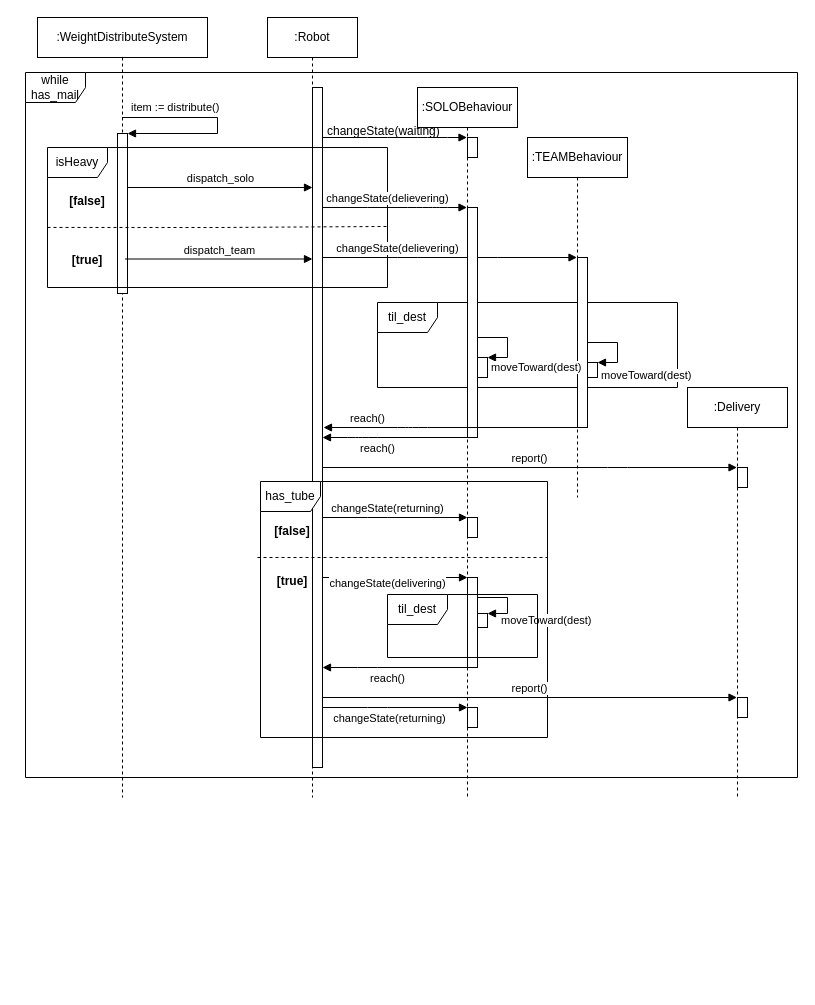
Before: Sequence_diagram.drawio in PuKaiShen/SWEN30006, a draw.io diagram. Source tidied: cells renumbered, new cells numbered last; positions are measured from the earlier drawing's top-left corner, leaving out a move shared by most shapes. Both pictures are drawn from the tidied source at 100%, with x=0, y=0 at pixel (25, 17).
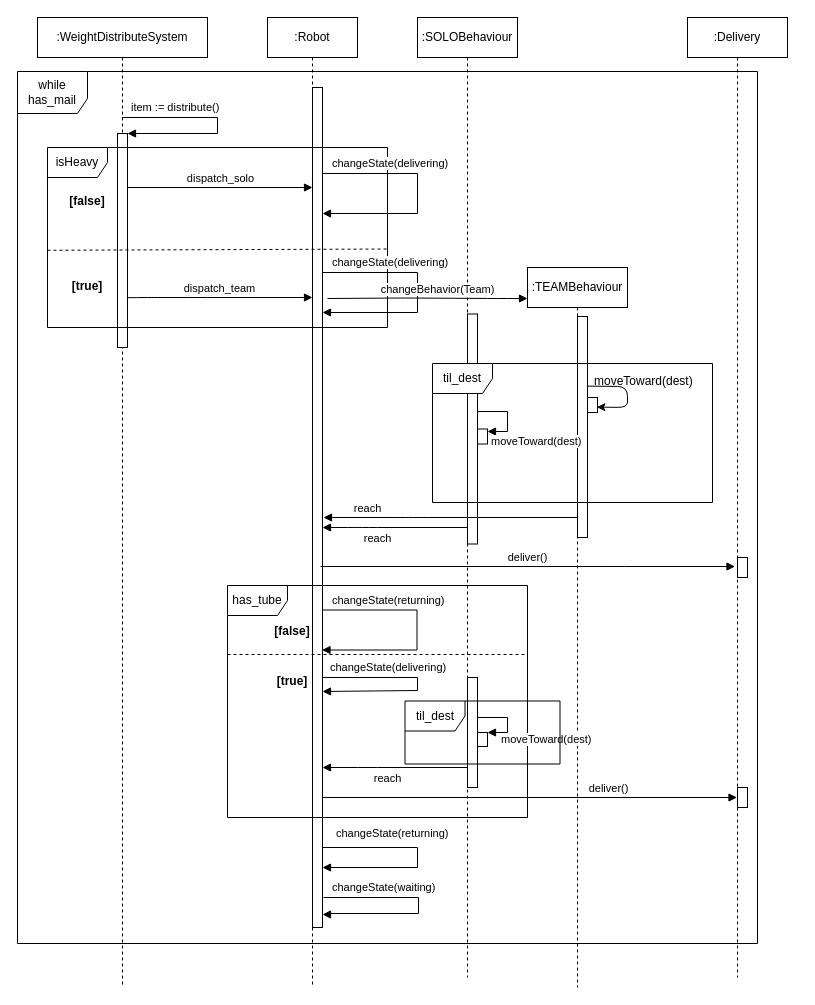
Above is the later version.

Diff of the diagram source:
```diff
@@
     <mxCell id="2" value=":WeightDistributeSystem" style="shape=umlLifeline;perimeter=lifelinePerimeter;whiteSpace=wrap;html=1;outlineConnect=0;" parent="1" vertex="1">
-      <mxGeometry x="12" width="170" height="780" as="geometry" />
+      <mxGeometry x="12" width="170" height="970" as="geometry" />
     </mxCell>
     <mxCell id="3" style="html=1;points=[];perimeter=orthogonalPerimeter;" parent="2" vertex="1">
-      <mxGeometry x="80" y="116" width="10" height="160" as="geometry" />
+      <mxGeometry x="80" y="116" width="10" height="214" as="geometry" />
     </mxCell>
@@
     <mxCell id="5" value=":Robot" style="shape=umlLifeline;perimeter=lifelinePerimeter;whiteSpace=wrap;html=1;" parent="1" vertex="1">
-      <mxGeometry x="242" width="90" height="780" as="geometry" />
+      <mxGeometry x="242" width="90" height="970" as="geometry" />
     </mxCell>
     <mxCell id="6" style="html=1;points=[];perimeter=orthogonalPerimeter;" parent="5" vertex="1">
-      <mxGeometry x="45" y="70" width="10" height="680" as="geometry" />
+      <mxGeometry x="45" y="70" width="10" height="840" as="geometry" />
     </mxCell>
-    <mxCell id="7" value="til_dest" style="shape=umlFrame;whiteSpace=wrap;html=1;" parent="5" vertex="1">
-      <mxGeometry x="110" y="285" width="300" height="85" as="geometry" />
-    </mxCell>
+    <mxCell id="49" style="html=1;perimeter=orthogonalPerimeter;" parent="5" vertex="1">
+      <mxGeometry x="210" y="411.5" width="10" height="15" as="geometry" />
+    </mxCell>
     <mxCell id="8" value="isHeavy" style="shape=umlFrame;whiteSpace=wrap;html=1;" parent="1" vertex="1">
-      <mxGeometry x="22" y="130" width="340" height="140" as="geometry" />
+      <mxGeometry x="22" y="130" width="340" height="180" as="geometry" />
     </mxCell>
     <mxCell id="9" style="endArrow=none;dashed=1;html=1;entryX=1.006;entryY=0.564;entryDx=0;entryDy=0;entryPerimeter=0;exitX=0;exitY=0.571;exitDx=0;exitDy=0;exitPerimeter=0;" parent="1" edge="1" source="8" target="8">
-      <mxGeometry relative="1" as="geometry">
-        <Array as="points">
-          <mxPoint x="192" y="210" />
-        </Array>
-      </mxGeometry>
+      <mxGeometry relative="1" as="geometry" />
     </mxCell>
@@
     <mxCell id="11" value="[true]" style="text;align=center;fontStyle=1;verticalAlign=middle;spacingLeft=3;spacingRight=3;strokeColor=none;points=[[0,0.5],[1,0.5]];portConstraint=eastwest;" parent="1" vertex="1">
-      <mxGeometry x="22" y="229" width="80" height="26" as="geometry" />
+      <mxGeometry x="22" y="255" width="80" height="26" as="geometry" />
     </mxCell>
@@
-    <mxCell id="13" value="dispatch_team" style="html=1;verticalAlign=bottom;endArrow=block;" parent="1" edge="1" target="6">
+    <mxCell id="13" value="dispatch_team" style="html=1;verticalAlign=bottom;endArrow=block;exitX=0.993;exitY=0.969;exitDx=0;exitDy=0;exitPerimeter=0;" parent="1" edge="1" source="11" target="6">
       <mxGeometry relative="1" as="geometry">
-        <mxPoint x="99.5" y="241.5" as="sourcePoint" />
+        <Array as="points">
+          <mxPoint x="122" y="280" />
+          <mxPoint x="172" y="280" />
+        </Array>
       </mxGeometry>
     </mxCell>
     <mxCell id="14" value=":TEAMBehaviour" style="shape=umlLifeline;perimeter=lifelinePerimeter;whiteSpace=wrap;html=1;outlineConnect=0;" parent="1" vertex="1">
-      <mxGeometry x="502" y="120" width="100" height="360" as="geometry" />
+      <mxGeometry x="502" y="250" width="100" height="720" as="geometry" />
     </mxCell>
     <mxCell id="15" style="html=1;points=[];perimeter=orthogonalPerimeter;" parent="14" vertex="1">
-      <mxGeometry x="50" y="120" width="10" height="170" as="geometry" />
+      <mxGeometry x="50" y="49" width="10" height="221" as="geometry" />
     </mxCell>
-    <mxCell id="16" style="html=1;points=[];perimeter=orthogonalPerimeter;" parent="14" vertex="1">
-      <mxGeometry x="60" y="225" width="10" height="15" as="geometry" />
-    </mxCell>
-    <mxCell id="17" value="moveToward(dest)" style="edgeStyle=orthogonalEdgeStyle;html=1;align=left;spacingLeft=2;endArrow=block;rounded=0;entryX=1;entryY=0;" parent="14" edge="1" source="15" target="16">
-      <mxGeometry x="1" y="13" relative="1" as="geometry">
-        <Array as="points">
-          <mxPoint x="90" y="205" />
-          <mxPoint x="90" y="225" />
-        </Array>
-      </mxGeometry>
-    </mxCell>
-    <mxCell id="18" value="changeState(delievering)" style="html=1;verticalAlign=bottom;endArrow=block;" parent="1" edge="1" source="6">
-      <mxGeometry x="-0.1" relative="1" as="geometry">
-        <mxPoint x="441.5" y="190" as="targetPoint" />
-        <Array as="points">
-          <mxPoint x="352" y="190" />
-          <mxPoint x="392" y="190" />
-          <mxPoint x="402" y="190" />
-          <mxPoint x="412" y="190" />
-        </Array>
-      </mxGeometry>
-    </mxCell>
-    <mxCell id="19" value="changeState(delievering)" style="html=1;verticalAlign=bottom;endArrow=block;" parent="1" edge="1" source="6" target="14">
-      <mxGeometry x="-0.33" y="-10" relative="1" as="geometry">
-        <Array as="points">
-          <mxPoint x="382" y="240" />
-          <mxPoint x="462" y="240" />
-        </Array>
-        <mxPoint x="-10" y="-10" as="offset" />
-      </mxGeometry>
-    </mxCell>
     <mxCell id="20" style="html=1;points=[];perimeter=orthogonalPerimeter;" parent="1" vertex="1">
-      <mxGeometry x="442" y="190" width="10" height="230" as="geometry" />
+      <mxGeometry x="442" y="296.5" width="10" height="230" as="geometry" />
     </mxCell>
-    <mxCell id="21" value="changeState(waiting)" style="text;html=1;" parent="1" vertex="1">
-      <mxGeometry x="299.5" y="100" width="65" height="10" as="geometry" />
-    </mxCell>
-    <mxCell id="22" style="html=1;verticalAlign=bottom;endArrow=block;" parent="1" edge="1" source="6">
-      <mxGeometry relative="1" as="geometry">
-        <mxPoint x="441.5" y="120" as="targetPoint" />
-        <Array as="points">
-          <mxPoint x="352" y="120" />
-          <mxPoint x="382" y="120" />
-          <mxPoint x="412" y="120" />
-        </Array>
-      </mxGeometry>
-    </mxCell>
-    <mxCell id="23" value="moveToward(dest)" style="edgeStyle=orthogonalEdgeStyle;html=1;align=left;spacingLeft=2;endArrow=block;rounded=0;entryX=1;entryY=0;" parent="1" edge="1" source="20">
+    <mxCell id="23" value="moveToward(dest)" style="edgeStyle=orthogonalEdgeStyle;html=1;align=left;spacingLeft=2;endArrow=block;rounded=0;entryX=1;entryY=0;" parent="1" edge="1">
       <mxGeometry x="1" y="10" relative="1" as="geometry">
-        <mxPoint x="462" y="340" as="targetPoint" />
+        <mxPoint x="452" y="394" as="sourcePoint" />
+        <mxPoint x="462" y="414" as="targetPoint" />
         <Array as="points">
-          <mxPoint x="482" y="320" />
-          <mxPoint x="482" y="340" />
+          <mxPoint x="482" y="394" />
+          <mxPoint x="482" y="414" />
         </Array>
       </mxGeometry>
     </mxCell>
-    <mxCell id="24" value="reach()" style="html=1;verticalAlign=bottom;endArrow=block;" parent="1" edge="1" source="15">
+    <mxCell id="24" value="reach" style="html=1;verticalAlign=bottom;endArrow=block;" parent="1" edge="1">
       <mxGeometry x="0.65" relative="1" as="geometry">
-        <mxPoint x="298" y="410" as="targetPoint" />
+        <mxPoint x="552" y="500" as="sourcePoint" />
+        <mxPoint x="298" y="500" as="targetPoint" />
         <Array as="points">
-          <mxPoint x="392" y="410" />
-          <mxPoint x="382" y="410" />
+          <mxPoint x="392" y="500" />
+          <mxPoint x="382" y="500" />
         </Array>
       </mxGeometry>
     </mxCell>
-    <mxCell id="25" value="reach()" style="html=1;verticalAlign=bottom;endArrow=block;" parent="1" edge="1" source="20" target="6">
+    <mxCell id="25" value="reach" style="html=1;verticalAlign=bottom;endArrow=block;" parent="1" edge="1">
       <mxGeometry x="0.38" y="22" relative="1" as="geometry">
+        <mxPoint x="442" y="510" as="sourcePoint" />
+        <mxPoint x="297" y="510" as="targetPoint" />
         <Array as="points">
-          <mxPoint x="342" y="420" />
-          <mxPoint x="332" y="420" />
+          <mxPoint x="342" y="510" />
+          <mxPoint x="332" y="510" />
         </Array>
         <mxPoint x="10" y="-2" as="offset" />
       </mxGeometry>
     </mxCell>
     <mxCell id="26" value=":Delivery" style="shape=umlLifeline;perimeter=lifelinePerimeter;whiteSpace=wrap;html=1;outlineConnect=0;" parent="1" vertex="1">
-      <mxGeometry x="662" y="370" width="100" height="410" as="geometry" />
+      <mxGeometry x="662" width="100" height="960" as="geometry" />
     </mxCell>
     <mxCell id="27" style="html=1;perimeter=orthogonalPerimeter;" parent="26" vertex="1">
-      <mxGeometry x="50" y="80" width="10" height="20" as="geometry" />
+      <mxGeometry x="50" y="540" width="10" height="20" as="geometry" />
     </mxCell>
     <mxCell id="28" style="html=1;perimeter=orthogonalPerimeter;" parent="26" vertex="1">
-      <mxGeometry x="50" y="310" width="10" height="20" as="geometry" />
+      <mxGeometry x="50" y="770" width="10" height="20" as="geometry" />
     </mxCell>
-    <mxCell id="29" value="report()" style="html=1;verticalAlign=bottom;endArrow=block;" parent="1" edge="1" source="6" target="26">
+    <mxCell id="29" value="deliver()" style="html=1;verticalAlign=bottom;endArrow=block;" parent="1" edge="1">
       <mxGeometry relative="1" as="geometry">
+        <mxPoint x="295" y="549" as="sourcePoint" />
+        <mxPoint x="709.5" y="549" as="targetPoint" />
         <Array as="points">
-          <mxPoint x="592" y="450" />
+          <mxPoint x="590" y="549" />
         </Array>
       </mxGeometry>
     </mxCell>
-    <mxCell id="30" value="changeState(returning)" style="html=1;verticalAlign=bottom;endArrow=block;" parent="1" edge="1" source="6">
-      <mxGeometry x="-0.1" relative="1" as="geometry">
-        <mxPoint x="442" y="500" as="targetPoint" />
-        <Array as="points">
-          <mxPoint x="352" y="500" />
-        </Array>
-      </mxGeometry>
-    </mxCell>
     <mxCell id="31" value="has_tube" style="shape=umlFrame;whiteSpace=wrap;html=1;" parent="1" vertex="1">
-      <mxGeometry x="235" y="464" width="287" height="256" as="geometry" />
+      <mxGeometry x="202" y="568" width="300" height="232" as="geometry" />
     </mxCell>
     <mxCell id="32" style="endArrow=none;dashed=1;html=1;" parent="1" edge="1">
       <mxGeometry relative="1" as="geometry">
-        <mxPoint x="232" y="540" as="sourcePoint" />
-        <mxPoint x="522" y="540" as="targetPoint" />
+        <mxPoint x="202" y="637" as="sourcePoint" />
+        <mxPoint x="502" y="637" as="targetPoint" />
       </mxGeometry>
     </mxCell>
     <mxCell id="33" value="[false]" style="text;align=center;fontStyle=1;verticalAlign=middle;spacingLeft=3;spacingRight=3;strokeColor=none;" parent="1" vertex="1">
-      <mxGeometry x="227" y="500" width="80" height="26" as="geometry" />
+      <mxGeometry x="227" y="600" width="80" height="26" as="geometry" />
     </mxCell>
     <mxCell id="34" value="[true]" style="text;align=center;fontStyle=1;verticalAlign=middle;spacingLeft=3;spacingRight=3;strokeColor=none;" parent="1" vertex="1">
-      <mxGeometry x="227" y="550" width="80" height="26" as="geometry" />
+      <mxGeometry x="227" y="650" width="80" height="26" as="geometry" />
     </mxCell>
     <mxCell id="35" style="html=1;points=[];perimeter=orthogonalPerimeter;" parent="1" vertex="1">
-      <mxGeometry x="442" y="560" width="10" height="90" as="geometry" />
+      <mxGeometry x="442" y="660" width="10" height="110" as="geometry" />
     </mxCell>
-    <mxCell id="36" value="changeState(delivering)" style="html=1;verticalAlign=bottom;endArrow=block;" parent="1" edge="1" source="6" target="35">
-      <mxGeometry x="-0.1" y="-15" relative="1" as="geometry">
-        <Array as="points">
-          <mxPoint x="332" y="560" />
-          <mxPoint x="362" y="560" />
-          <mxPoint x="372" y="560" />
-        </Array>
-      </mxGeometry>
-    </mxCell>
     <mxCell id="37" style="html=1;points=[];perimeter=orthogonalPerimeter;" parent="1" vertex="1">
-      <mxGeometry x="452" y="596" width="10" height="14" as="geometry" />
+      <mxGeometry x="452" y="715" width="10" height="14" as="geometry" />
     </mxCell>
     <mxCell id="38" value="moveToward(dest)" style="edgeStyle=orthogonalEdgeStyle;html=1;align=left;spacingLeft=2;endArrow=block;rounded=0;entryX=1;entryY=0;" parent="1" edge="1" source="35" target="37">
       <mxGeometry x="0.7" y="7" relative="1" as="geometry">
         <Array as="points">
-          <mxPoint x="482" y="580" />
-          <mxPoint x="482" y="596" />
+          <mxPoint x="482" y="700" />
+          <mxPoint x="482" y="715" />
         </Array>
       </mxGeometry>
     </mxCell>
     <mxCell id="39" value="til_dest" style="shape=umlFrame;whiteSpace=wrap;html=1;" parent="1" vertex="1">
-      <mxGeometry x="362" y="577" width="150" height="63" as="geometry" />
+      <mxGeometry x="379.5" y="683.5" width="155" height="63" as="geometry" />
     </mxCell>
-    <mxCell id="40" value="reach()" style="html=1;verticalAlign=bottom;endArrow=block;" parent="1" edge="1" source="35" target="6">
+    <mxCell id="40" value="reach" style="html=1;verticalAlign=bottom;endArrow=block;" parent="1" edge="1" source="35">
       <mxGeometry x="0.38" y="28" relative="1" as="geometry">
+        <mxPoint x="297" y="750" as="targetPoint" />
         <Array as="points">
-          <mxPoint x="342" y="650" />
+          <mxPoint x="342" y="750" />
         </Array>
         <mxPoint x="20" y="-8" as="offset" />
       </mxGeometry>
     </mxCell>
-    <mxCell id="41" value="report()" style="html=1;verticalAlign=bottom;endArrow=block;" parent="1" edge="1" target="26">
-      <mxGeometry relative="1" as="geometry">
-        <mxPoint x="297" y="680" as="sourcePoint" />
+    <mxCell id="41" value="deliver()" style="html=1;verticalAlign=bottom;endArrow=block;" parent="1" edge="1">
+      <mxGeometry x="0.38" relative="1" as="geometry">
+        <mxPoint x="297" y="780" as="sourcePoint" />
+        <mxPoint x="711.5" y="780" as="targetPoint" />
       </mxGeometry>
     </mxCell>
-    <mxCell id="42" value="changeState(returning)" style="html=1;verticalAlign=bottom;endArrow=block;" parent="1" edge="1" source="6" target="43">
-      <mxGeometry x="-0.07" y="-20" relative="1" as="geometry">
-        <Array as="points">
-          <mxPoint x="352" y="690" />
-        </Array>
-      </mxGeometry>
-    </mxCell>
-    <mxCell id="43" style="html=1;points=[];perimeter=orthogonalPerimeter;" parent="1" vertex="1">
-      <mxGeometry x="442" y="690" width="10" height="20" as="geometry" />
-    </mxCell>
     <mxCell id="44" value=":SOLOBehaviour" style="shape=umlLifeline;perimeter=lifelinePerimeter;whiteSpace=wrap;html=1;" parent="1" vertex="1">
-      <mxGeometry x="392" y="70" width="100" height="710" as="geometry" />
+      <mxGeometry x="392" width="100" height="960" as="geometry" />
     </mxCell>
-    <mxCell id="45" style="html=1;perimeter=orthogonalPerimeter;" parent="44" vertex="1">
-      <mxGeometry x="60" y="270" width="10" height="20" as="geometry" />
-    </mxCell>
-    <mxCell id="46" style="html=1;perimeter=orthogonalPerimeter;" parent="1" vertex="1">
-      <mxGeometry x="442" y="120" width="10" height="20" as="geometry" />
-    </mxCell>
-    <mxCell id="47" style="html=1;perimeter=orthogonalPerimeter;" parent="1" vertex="1">
-      <mxGeometry x="442" y="500" width="10" height="20" as="geometry" />
-    </mxCell>
+    <mxCell id="50" value="changeState(delivering)" style="edgeStyle=orthogonalEdgeStyle;html=1;align=left;spacingLeft=2;endArrow=block;rounded=0;" parent="1" edge="1">
+      <mxGeometry x="-0.95" y="10" relative="1" as="geometry">
+        <mxPoint x="297" y="255" as="sourcePoint" />
+        <mxPoint x="297" y="295" as="targetPoint" />
+        <Array as="points">
+          <mxPoint x="392" y="255" />
+          <mxPoint x="392" y="295" />
+          <mxPoint x="297" y="295" />
+        </Array>
+      </mxGeometry>
+    </mxCell>
+    <mxCell id="21" value="changeState(waiting)" style="edgeStyle=orthogonalEdgeStyle;html=1;align=left;spacingLeft=2;endArrow=block;rounded=0;entryX=0.92;entryY=0.038;entryDx=0;entryDy=0;entryPerimeter=0;" parent="1" edge="1">
+      <mxGeometry x="-0.95" y="10" relative="1" as="geometry">
+        <mxPoint x="298" y="880" as="sourcePoint" />
+        <mxPoint x="297" y="897" as="targetPoint" />
+        <Array as="points">
+          <mxPoint x="393" y="880" />
+          <mxPoint x="393" y="896" />
+          <mxPoint x="303" y="896" />
+          <mxPoint x="303" y="897" />
+        </Array>
+      </mxGeometry>
+    </mxCell>
+    <mxCell id="51" value="changeState(delivering)" style="edgeStyle=orthogonalEdgeStyle;html=1;align=left;spacingLeft=2;endArrow=block;rounded=0;" parent="1" edge="1">
+      <mxGeometry x="-0.95" y="10" relative="1" as="geometry">
+        <mxPoint x="297" y="156" as="sourcePoint" />
+        <mxPoint x="297" y="196" as="targetPoint" />
+        <Array as="points">
+          <mxPoint x="392" y="156" />
+          <mxPoint x="392" y="196" />
+          <mxPoint x="297" y="196" />
+        </Array>
+      </mxGeometry>
+    </mxCell>
+    <mxCell id="7" value="til_dest" style="shape=umlFrame;whiteSpace=wrap;html=1;" parent="1" vertex="1">
+      <mxGeometry x="407" y="346" width="280" height="139" as="geometry" />
+    </mxCell>
+    <mxCell id="52" value="changeBehavior(Team)" style="html=1;verticalAlign=bottom;endArrow=block;" parent="1" edge="1">
+      <mxGeometry x="0.1" relative="1" as="geometry">
+        <mxPoint x="302" y="281" as="sourcePoint" />
+        <mxPoint x="502" y="281" as="targetPoint" />
+        <Array as="points">
+          <mxPoint x="380" y="280.5" />
+          <mxPoint x="472" y="281" />
+        </Array>
+      </mxGeometry>
+    </mxCell>
+    <mxCell id="53" style="html=1;points=[];perimeter=orthogonalPerimeter;" parent="1" vertex="1">
+      <mxGeometry x="562" y="380" width="10" height="15" as="geometry" />
+    </mxCell>
+    <mxCell id="54" style="endArrow=classic;html=1;exitX=0.94;exitY=0.315;exitDx=0;exitDy=0;exitPerimeter=0;entryX=0.94;entryY=0.64;entryDx=0;entryDy=0;entryPerimeter=0;" parent="1" edge="1" source="15" target="53">
+      <mxGeometry relative="1" as="geometry">
+        <Array as="points">
+          <mxPoint x="602" y="369" />
+          <mxPoint x="602" y="390" />
+        </Array>
+      </mxGeometry>
+    </mxCell>
+    <mxCell id="17" value="moveToward(dest)" style="text;html=1;" parent="1" vertex="1">
+      <mxGeometry x="567" y="350" width="120" height="30" as="geometry" />
+    </mxCell>
+    <mxCell id="55" value="changeState(returning)" style="edgeStyle=orthogonalEdgeStyle;html=1;align=left;spacingLeft=2;endArrow=block;rounded=0;" parent="1" edge="1">
+      <mxGeometry x="-0.95" y="10" relative="1" as="geometry">
+        <mxPoint x="296.5" y="592.5" as="sourcePoint" />
+        <mxPoint x="296.5" y="632.5" as="targetPoint" />
+        <Array as="points">
+          <mxPoint x="391.5" y="592.5" />
+          <mxPoint x="391.5" y="632.5" />
+          <mxPoint x="296.5" y="632.5" />
+        </Array>
+      </mxGeometry>
+    </mxCell>
+    <mxCell id="56" value="changeState(delivering)" style="edgeStyle=orthogonalEdgeStyle;html=1;align=left;spacingLeft=2;endArrow=block;rounded=0;" parent="1" edge="1">
+      <mxGeometry x="-0.96" y="10" relative="1" as="geometry">
+        <mxPoint x="297" y="660" as="sourcePoint" />
+        <mxPoint x="297" y="674" as="targetPoint" />
+        <Array as="points">
+          <mxPoint x="392" y="660" />
+          <mxPoint x="392" y="673" />
+          <mxPoint x="297" y="673" />
+        </Array>
+      </mxGeometry>
+    </mxCell>
+    <mxCell id="57" value="changeState(returning)" style="edgeStyle=orthogonalEdgeStyle;html=1;align=left;spacingLeft=2;endArrow=block;rounded=0;" parent="1" edge="1">
+      <mxGeometry x="-0.95" y="10" relative="1" as="geometry">
+        <mxPoint x="297" y="810" as="sourcePoint" />
+        <mxPoint x="297" y="850" as="targetPoint" />
+        <Array as="points">
+          <mxPoint x="297" y="830" />
+          <mxPoint x="392" y="830" />
+          <mxPoint x="392" y="850" />
+        </Array>
+      </mxGeometry>
+    </mxCell>
-    <mxCell id="48" value="while has_mail" style="shape=umlFrame;whiteSpace=wrap;html=1;" parent="1" vertex="1">
-      <mxGeometry y="55" width="772" height="705" as="geometry" />
+    <mxCell id="48" value="while&lt;br&gt;has_mail&lt;br&gt;" style="shape=umlFrame;whiteSpace=wrap;html=1;width=70;height=42;" parent="1" vertex="1">
+      <mxGeometry x="-8" y="54" width="740" height="872" as="geometry" />
     </mxCell>
```
